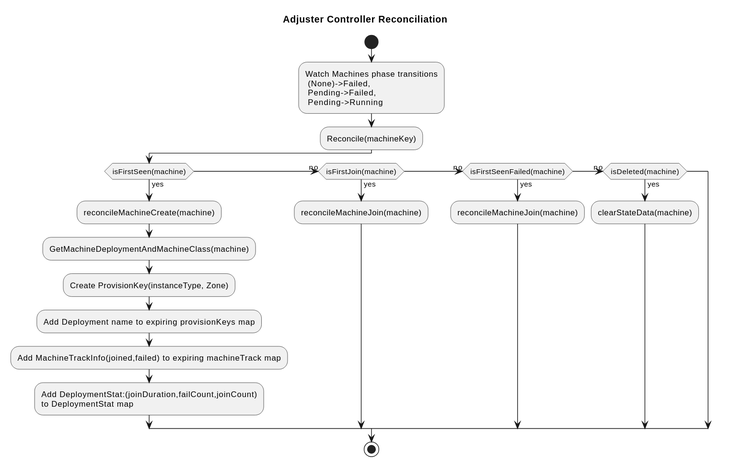
gardener/dependency-watchdog keeps this PlantUML diagram as docs/concepts/content/adjuster-controller-reconcile.svg. Above is the earlier version. Its diagram source:
```plantuml
@startuml
start
title Adjuster Controller Reconciliation

:Watch Machines phase transitions
 (None)->Failed,
 Pending->Failed,
 Pending->Running;
:Reconcile(machineKey);
if (isFirstSeen(machine)) then (yes)
    :reconcileMachineCreate(machine);
    :GetMachineDeploymentAndMachineClass(machine);
    :Create ProvisionKey(instanceType, Zone);
    :Add Deployment name to expiring provisionKeys map;
    :Add MachineTrackInfo(joined,failed) to expiring machineTrack map;
    :Add DeploymentStat:(joinDuration,failCount,joinCount)
    to DeploymentStat map;
(no) elseif (isFirstJoin(machine)) then (yes)
    :reconcileMachineJoin(machine);
(no) elseif (isFirstSeenFailed(machine)) then (yes)
    :reconcileMachineJoin(machine);
(no) elseif (isDeleted(machine)) then (yes)
    :clearStateData(machine);
endif



stop
@enduml
```
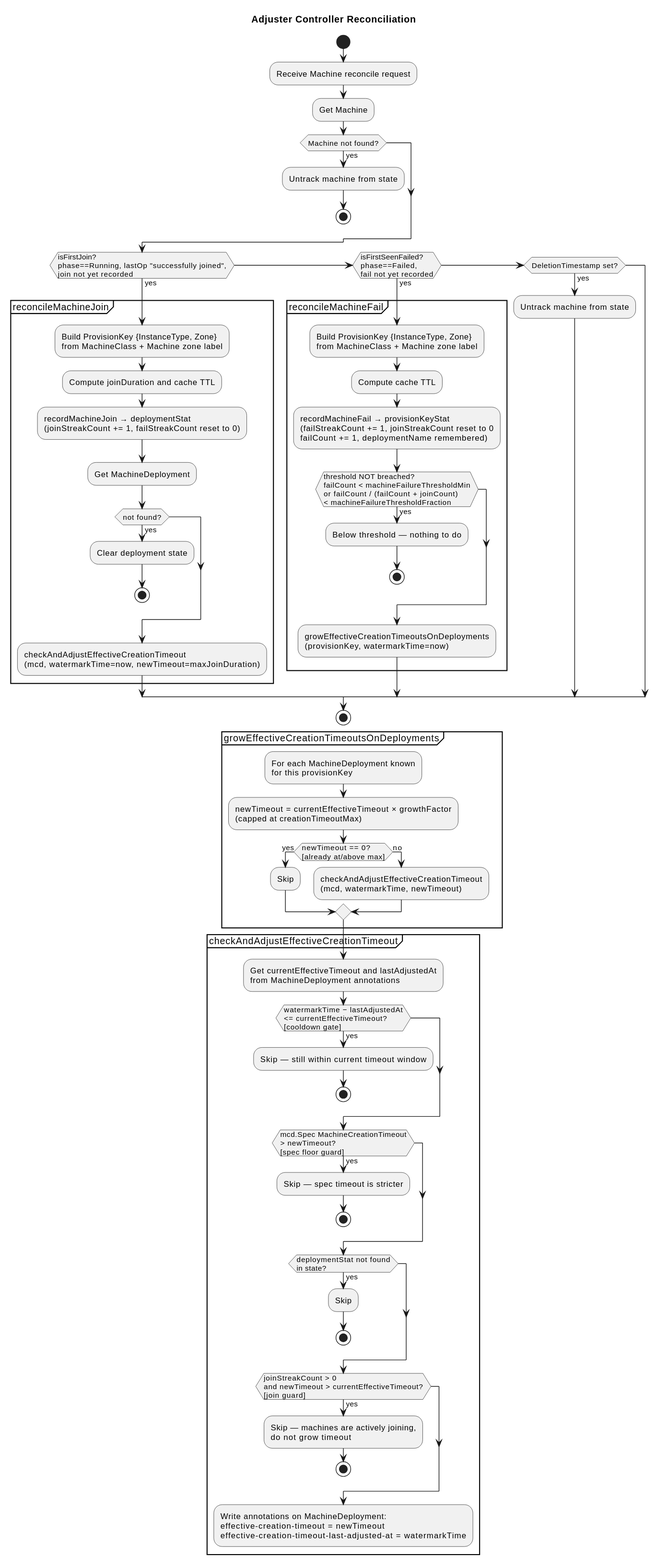
The same diagram one commit later.

Commit message:
further review feedback   * ttl need not be so overly conservative   * fixed typos   * regenerated diagram for design doc   * re-queue for non-404 errors

The edit, as a diff of the source:
```diff
@@ -1,29 +1,82 @@
 @startuml
-start
 title Adjuster Controller Reconciliation
 
-:Watch Machines phase transitions
- (None)->Failed,
- Pending->Failed,
- Pending->Running;
-:Reconcile(machineKey);
-if (isFirstSeen(machine)) then (yes)
-    :reconcileMachineCreate(machine);
-    :GetMachineDeploymentAndMachineClass(machine);
-    :Create ProvisionKey(instanceType, Zone);
-    :Add Deployment name to expiring provisionKeys map;
-    :Add MachineTrackInfo(joined,failed) to expiring machineTrack map;
-    :Add DeploymentStat:(joinDuration,failCount,joinCount)
-    to DeploymentStat map;
-(no) elseif (isFirstJoin(machine)) then (yes)
-    :reconcileMachineJoin(machine);
-(no) elseif (isFirstSeenFailed(machine)) then (yes)
-    :reconcileMachineJoin(machine);
-(no) elseif (isDeleted(machine)) then (yes)
-    :clearStateData(machine);
+start
+
+:Receive Machine reconcile request;
+:Get Machine;
+
+if (Machine not found?) then (yes)
+  :Untrack machine from state;
+  stop
 endif
 
+if (isFirstJoin?\nphase==Running, lastOp "successfully joined",\njoin not yet recorded) then (yes)
 
+  partition "reconcileMachineJoin" {
+    :Build ProvisionKey {InstanceType, Zone}\nfrom MachineClass + Machine zone label;
+    :Compute joinDuration and cache TTL;
+    :recordMachineJoin → deploymentStat\n(joinStreakCount += 1, failStreakCount reset to 0);
+    :Get MachineDeployment;
+    if (not found?) then (yes)
+      :Clear deployment state;
+      stop
+    endif
+    :checkAndAdjustEffectiveCreationTimeout\n(mcd, watermarkTime=now, newTimeout=maxJoinDuration);
+  }
+
+elseif (isFirstSeenFailed?\nphase==Failed,\nfail not yet recorded) then (yes)
+
+  partition "reconcileMachineFail" {
+    :Build ProvisionKey {InstanceType, Zone}\nfrom MachineClass + Machine zone label;
+    :Compute cache TTL;
+    :recordMachineFail → provisionKeyStat\n(failStreakCount += 1, joinStreakCount reset to 0\nfailCount += 1, deploymentName remembered);
+    if (threshold NOT breached?\nfailCount < machineFailureThresholdMin\nor failCount / (failCount + joinCount)\n< machineFailureThresholdFraction) then (yes)
+      :Below threshold — nothing to do;
+      stop
+    endif
+    :growEffectiveCreationTimeoutsOnDeployments\n(provisionKey, watermarkTime=now);
+  }
+
+elseif (DeletionTimestamp set?) then (yes)
+  :Untrack machine from state;
+endif
 
 stop
+
+partition "growEffectiveCreationTimeoutsOnDeployments" {
+  :For each MachineDeployment known\nfor this provisionKey;
+  :newTimeout = currentEffectiveTimeout × growthFactor\n(capped at creationTimeoutMax);
+  if (newTimeout == 0?\n[already at/above max]) then (yes)
+    :Skip;
+  else (no)
+    :checkAndAdjustEffectiveCreationTimeout\n(mcd, watermarkTime, newTimeout);
+  endif
+}
+
+partition "checkAndAdjustEffectiveCreationTimeout" {
+  :Get currentEffectiveTimeout and lastAdjustedAt\nfrom MachineDeployment annotations;
+
+  if (watermarkTime − lastAdjustedAt\n<= currentEffectiveTimeout?\n[cooldown gate]) then (yes)
+    :Skip — still within current timeout window;
+    stop
+  endif
+
+  if (mcd.Spec MachineCreationTimeout\n> newTimeout?\n[spec floor guard]) then (yes)
+    :Skip — spec timeout is stricter;
+    stop
+  endif
+
+  if (deploymentStat not found\nin state?) then (yes)
+    :Skip;
+    stop
+  endif
+
+  if (joinStreakCount > 0\nand newTimeout > currentEffectiveTimeout?\n[join guard]) then (yes)
+    :Skip — machines are actively joining,\ndo not grow timeout;
+    stop
+  endif
+
+  :Write annotations on MachineDeployment:\neffective-creation-timeout = newTimeout\neffective-creation-timeout-last-adjusted-at = watermarkTime;
+}
 @enduml
```
